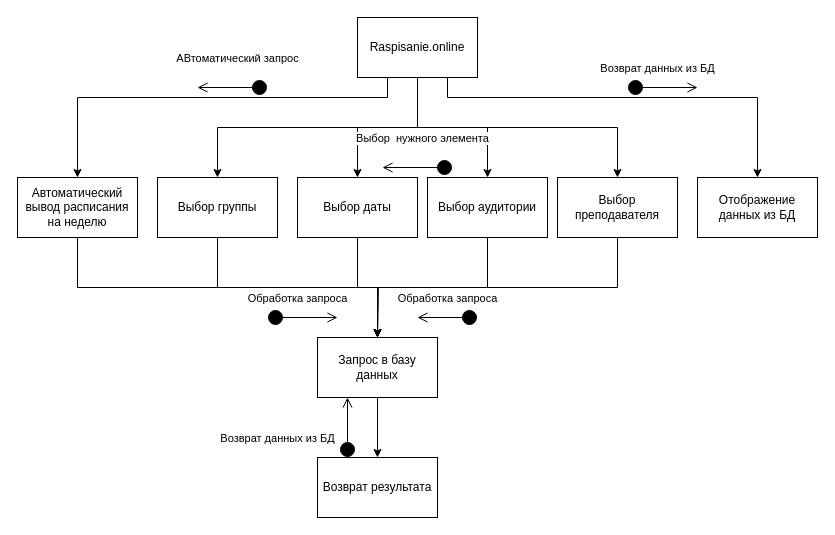
This is RO.drawio from Sayikoro/DBFRead, a draw.io file, before an edit. Source tidied: cells renumbered, new cells numbered last; positions are measured from the earlier drawing's top-left corner, leaving out a move shared by most shapes. Both pictures are drawn from the tidied source at 100%, with x=0, y=0 at pixel (17, 17).
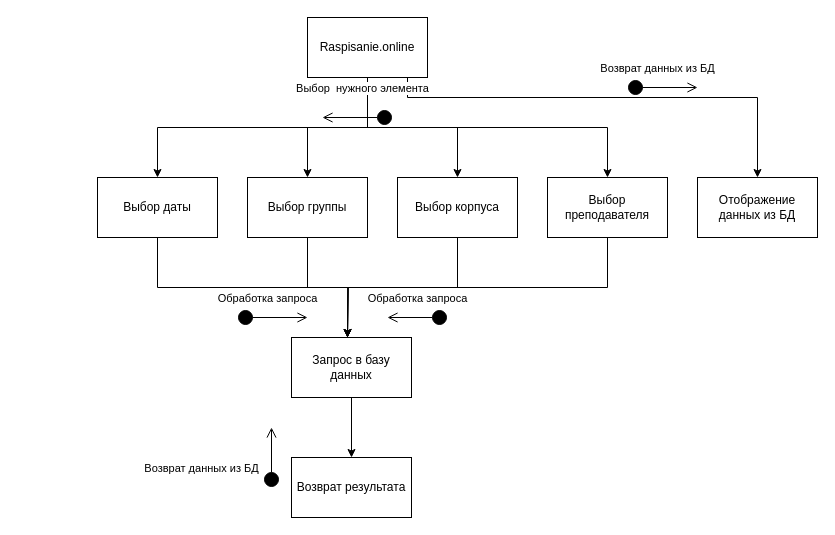
After the change.

The change refers to these unchanged cells:
```xml
<mxCell id="20" value="Отображение данных из БД" style="rounded=0;whiteSpace=wrap;html=1;" parent="1" vertex="1">
  <mxGeometry x="680" y="160" width="120" height="60" as="geometry" />
</mxCell>
```

The edit, as a diff of the source:
```diff
@@
     <mxCell id="6" style="edgeStyle=orthogonalEdgeStyle;rounded=0;jettySize=auto;html=1;exitX=0.75;exitY=1;exitDx=0;exitDy=0;entryX=0.5;entryY=0;entryDx=0;entryDy=0;" parent="1" edge="1" source="8" target="20">
       <mxGeometry relative="1" as="geometry">
         <Array as="points">
-          <mxPoint x="430" y="80" />
+          <mxPoint x="390" y="60" />
+          <mxPoint x="390" y="80" />
           <mxPoint x="740" y="80" />
         </Array>
       </mxGeometry>
     </mxCell>
-    <mxCell id="7" style="edgeStyle=orthogonalEdgeStyle;rounded=0;jettySize=auto;html=1;exitX=0.25;exitY=1;exitDx=0;exitDy=0;" parent="1" edge="1" source="8">
-      <mxGeometry relative="1" as="geometry">
-        <mxPoint x="60" y="160" as="targetPoint" />
-        <Array as="points">
-          <mxPoint x="370" y="80" />
-          <mxPoint x="60" y="80" />
-        </Array>
-      </mxGeometry>
-    </mxCell>
     <mxCell id="8" value="Raspisanie.online" style="rounded=0;whiteSpace=wrap;html=1;" parent="1" vertex="1">
-      <mxGeometry x="340" width="120" height="60" as="geometry" />
+      <mxGeometry x="290" width="120" height="60" as="geometry" />
     </mxCell>
-    <mxCell id="9" style="edgeStyle=orthogonalEdgeStyle;rounded=0;jettySize=auto;html=1;exitX=0.5;exitY=1;exitDx=0;exitDy=0;entryX=0.5;entryY=0;entryDx=0;entryDy=0;" parent="1" edge="1" source="10" target="18">
-      <mxGeometry relative="1" as="geometry" />
+    <mxCell id="9" style="edgeStyle=orthogonalEdgeStyle;rounded=0;jettySize=auto;html=1;exitX=0.5;exitY=1;exitDx=0;exitDy=0;entryX=0.5;entryY=0;entryDx=0;entryDy=0;" parent="1" edge="1" source="10">
+      <mxGeometry relative="1" as="geometry">
+        <mxPoint x="330" y="320" as="targetPoint" />
+      </mxGeometry>
     </mxCell>
     <mxCell id="10" value="Выбор группы" style="rounded=0;whiteSpace=wrap;html=1;" parent="1" vertex="1">
-      <mxGeometry x="140" y="160" width="120" height="60" as="geometry" />
+      <mxGeometry x="230" y="160" width="120" height="60" as="geometry" />
     </mxCell>
     <mxCell id="11" style="edgeStyle=orthogonalEdgeStyle;rounded=0;jettySize=auto;html=1;exitX=0.5;exitY=1;exitDx=0;exitDy=0;" parent="1" edge="1" source="12">
       <mxGeometry relative="1" as="geometry">
-        <mxPoint x="360" y="320" as="targetPoint" />
+        <mxPoint x="330" y="320" as="targetPoint" />
       </mxGeometry>
     </mxCell>
     <mxCell id="12" value="Выбор даты" style="rounded=0;whiteSpace=wrap;html=1;" parent="1" vertex="1">
-      <mxGeometry x="280" y="160" width="120" height="60" as="geometry" />
+      <mxGeometry x="80" y="160" width="120" height="60" as="geometry" />
     </mxCell>
     <mxCell id="13" style="edgeStyle=orthogonalEdgeStyle;rounded=0;jettySize=auto;html=1;exitX=0.5;exitY=1;exitDx=0;exitDy=0;" parent="1" edge="1" source="14">
       <mxGeometry relative="1" as="geometry">
-        <mxPoint x="360" y="320" as="targetPoint" />
+        <mxPoint x="330" y="320" as="targetPoint" />
       </mxGeometry>
     </mxCell>
-    <mxCell id="14" value="Выбор аудитории" style="rounded=0;whiteSpace=wrap;html=1;" parent="1" vertex="1">
-      <mxGeometry x="410" y="160" width="120" height="60" as="geometry" />
+    <mxCell id="14" value="Выбор корпуса" style="rounded=0;whiteSpace=wrap;html=1;" parent="1" vertex="1">
+      <mxGeometry x="380" y="160" width="120" height="60" as="geometry" />
     </mxCell>
     <mxCell id="15" style="edgeStyle=orthogonalEdgeStyle;rounded=0;jettySize=auto;html=1;exitX=0.5;exitY=1;exitDx=0;exitDy=0;" parent="1" edge="1" source="16">
       <mxGeometry relative="1" as="geometry">
-        <mxPoint x="360" y="320" as="targetPoint" />
+        <mxPoint x="330" y="320" as="targetPoint" />
       </mxGeometry>
     </mxCell>
     <mxCell id="16" value="Выбор преподавателя" style="rounded=0;whiteSpace=wrap;html=1;" parent="1" vertex="1">
-      <mxGeometry x="540" y="160" width="120" height="60" as="geometry" />
+      <mxGeometry x="530" y="160" width="120" height="60" as="geometry" />
     </mxCell>
@@
     <mxCell id="18" value="Запрос в базу данных" style="rounded=0;whiteSpace=wrap;html=1;" parent="1" vertex="1">
-      <mxGeometry x="300" y="320" width="120" height="60" as="geometry" />
+      <mxGeometry x="274" y="320" width="120" height="60" as="geometry" />
     </mxCell>
     <mxCell id="19" value="Возврат результата" style="rounded=0;whiteSpace=wrap;html=1;" parent="1" vertex="1">
-      <mxGeometry x="300" y="440" width="120" height="60" as="geometry" />
+      <mxGeometry x="274" y="440" width="120" height="60" as="geometry" />
     </mxCell>
@@
     <mxCell id="22" value="Обработка запроса" style="html=1;verticalAlign=bottom;startArrow=circle;startFill=1;endArrow=open;startSize=6;endSize=8;" parent="1" edge="1">
       <mxGeometry x="-0.14" y="10" relative="1" as="geometry">
-        <mxPoint x="250" y="300" as="sourcePoint" />
-        <mxPoint x="320" y="300" as="targetPoint" />
+        <mxPoint x="220" y="300" as="sourcePoint" />
+        <mxPoint x="290" y="300" as="targetPoint" />
       </mxGeometry>
     </mxCell>
     <mxCell id="23" value="Обработка запроса" style="html=1;verticalAlign=bottom;startArrow=circle;startFill=1;endArrow=open;startSize=6;endSize=8;" parent="1" edge="1">
       <mxGeometry y="-10" relative="1" as="geometry">
-        <mxPoint x="460" y="300" as="sourcePoint" />
-        <mxPoint x="400" y="300" as="targetPoint" />
+        <mxPoint x="430" y="300" as="sourcePoint" />
+        <mxPoint x="370" y="300" as="targetPoint" />
       </mxGeometry>
     </mxCell>
     <mxCell id="24" value="Выбор&amp;nbsp; нужного элемента" style="html=1;verticalAlign=bottom;startArrow=circle;startFill=1;endArrow=open;startSize=6;endSize=8;" parent="1" edge="1">
       <mxGeometry x="-0.14" y="-20" relative="1" as="geometry">
-        <mxPoint x="435" y="150" as="sourcePoint" />
-        <mxPoint x="365" y="150" as="targetPoint" />
+        <mxPoint x="375" y="100" as="sourcePoint" />
+        <mxPoint x="305" y="100" as="targetPoint" />
       </mxGeometry>
     </mxCell>
     <mxCell id="25" value="Возврат данных из БД" style="html=1;verticalAlign=bottom;startArrow=circle;startFill=1;endArrow=open;startSize=6;endSize=8;" parent="1" edge="1">
       <mxGeometry x="-0.67" y="70" relative="1" as="geometry">
-        <mxPoint x="330" y="440" as="sourcePoint" />
-        <mxPoint x="330" y="380" as="targetPoint" />
+        <mxPoint x="254" y="470" as="sourcePoint" />
+        <mxPoint x="254" y="410" as="targetPoint" />
       </mxGeometry>
     </mxCell>
-    <mxCell id="26" style="edgeStyle=orthogonalEdgeStyle;rounded=0;jettySize=auto;html=1;exitX=0.5;exitY=1;exitDx=0;exitDy=0;" parent="1" edge="1" source="27" target="18">
-      <mxGeometry relative="1" as="geometry" />
-    </mxCell>
-    <mxCell id="27" value="Автоматический вывод расписания на неделю" style="rounded=0;whiteSpace=wrap;html=1;" parent="1" vertex="1">
-      <mxGeometry y="160" width="120" height="60" as="geometry" />
-    </mxCell>
-    <mxCell id="28" value="АВтоматический запрос" style="html=1;verticalAlign=bottom;startArrow=circle;startFill=1;endArrow=open;startSize=6;endSize=8;" parent="1" edge="1">
-      <mxGeometry x="-0.14" y="-20" relative="1" as="geometry">
-        <mxPoint x="250" y="70" as="sourcePoint" />
-        <mxPoint x="180" y="70" as="targetPoint" />
-      </mxGeometry>
-    </mxCell>
```
